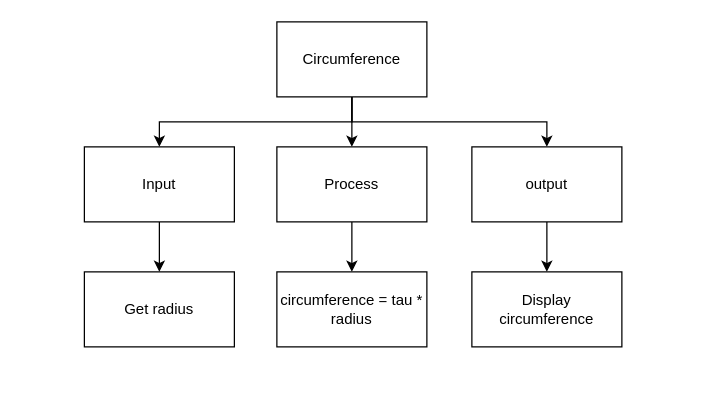
Samuel-Webster-178/ICS3U-Unit3-Unit3-03-Python keeps this draw.io diagram as page "Top Down" (1 of 2) of design.drawio. Above is the earlier version. Source tidied: cells renumbered, new cells numbered last; positions are measured from the earlier drawing's top-left corner, leaving out a move shared by most shapes. Both pictures are drawn from the tidied source at 125%, with x=0, y=0 at pixel (84, 21).
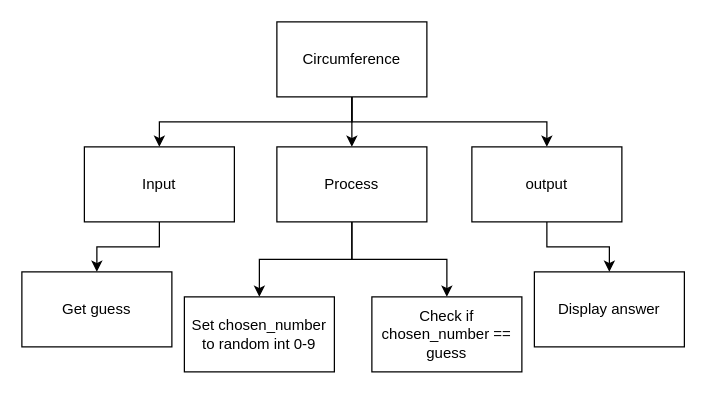
After the change.

The change refers to these unchanged cells:
```xml
<mxCell id="9" value="Process" style="rounded=0;whiteSpace=wrap;html=1;" parent="1" vertex="1">
  <mxGeometry x="154" y="100" width="120" height="60" as="geometry" />
</mxCell>
```

The edit, as a diff of the source:
```diff
@@
+    <mxCell id="15" style="edgeStyle=orthogonalEdgeStyle;rounded=0;html=1;entryX=0.5;entryY=0;entryDx=0;entryDy=0;" parent="1" edge="1" source="9" target="16">
+      <mxGeometry relative="1" as="geometry" />
+    </mxCell>
@@
-    <mxCell id="12" value="Get radius" style="rounded=0;whiteSpace=wrap;html=1;" parent="1" vertex="1">
-      <mxGeometry y="200" width="120" height="60" as="geometry" />
+    <mxCell id="12" value="Get guess" style="rounded=0;whiteSpace=wrap;html=1;" parent="1" vertex="1">
+      <mxGeometry x="-50" y="200" width="120" height="60" as="geometry" />
     </mxCell>
-    <mxCell id="13" value="circumference = tau * radius" style="rounded=0;whiteSpace=wrap;html=1;" parent="1" vertex="1">
-      <mxGeometry x="154" y="200" width="120" height="60" as="geometry" />
+    <mxCell id="13" value="Set chosen_number to random int 0-9" style="rounded=0;whiteSpace=wrap;html=1;" parent="1" vertex="1">
+      <mxGeometry x="80" y="220" width="120" height="60" as="geometry" />
     </mxCell>
-    <mxCell id="14" value="Display circumference" style="rounded=0;whiteSpace=wrap;html=1;" parent="1" vertex="1">
-      <mxGeometry x="310" y="200" width="120" height="60" as="geometry" />
+    <mxCell id="14" value="Display answer" style="rounded=0;whiteSpace=wrap;html=1;" parent="1" vertex="1">
+      <mxGeometry x="360" y="200" width="120" height="60" as="geometry" />
     </mxCell>
+    <mxCell id="16" value="Check if chosen_number == guess" style="rounded=0;whiteSpace=wrap;html=1;" parent="1" vertex="1">
+      <mxGeometry x="230" y="220" width="120" height="60" as="geometry" />
+    </mxCell>
```
